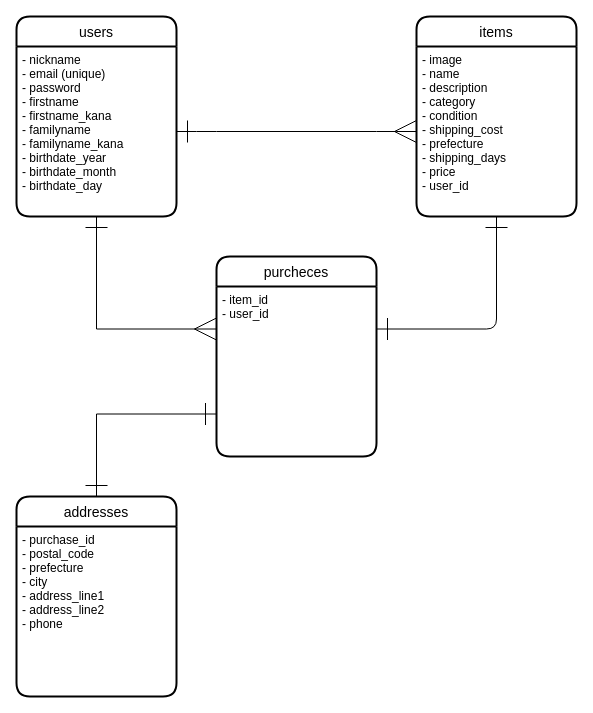
Before: ER_diagram.dio in higaki01/furima-31657, a draw.io diagram. Source tidied: cells renumbered, new cells numbered last; positions are measured from the earlier drawing's top-left corner, leaving out a move shared by most shapes. Both pictures are drawn from the tidied source at 100%, with x=0, y=0 at pixel (16, 16).
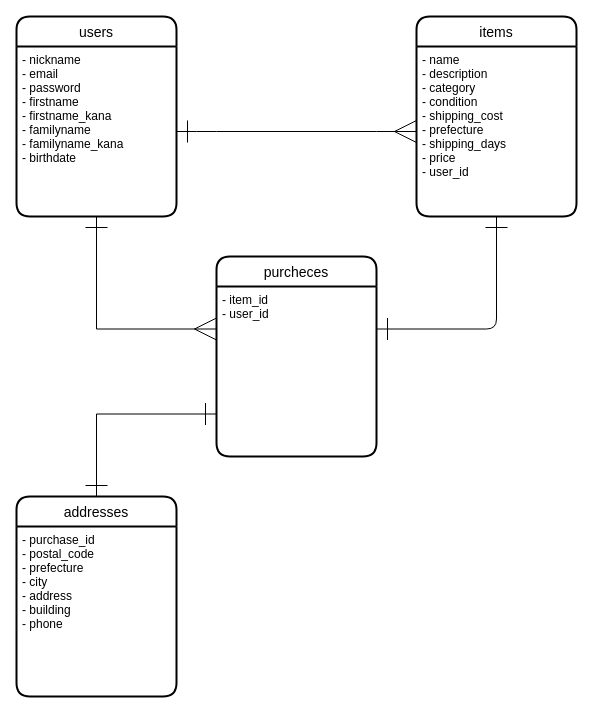
The same page after the edit.

Change to the diagram source:
```diff
@@
 <mxGraphModel>
   <root>
     <mxCell id="0" />
     <mxCell id="1" parent="0" />
     <mxCell id="2" style="edgeStyle=entityRelationEdgeStyle;fontSize=12;html=1;endArrow=ERmany;exitX=1;exitY=0.5;exitDx=0;exitDy=0;entryX=0;entryY=0.5;entryDx=0;entryDy=0;startArrow=ERone;startFill=0;endFill=0;endSize=20;startSize=20;" parent="1" edge="1" source="13" target="6">
       <mxGeometry relative="1" as="geometry" />
     </mxCell>
     <mxCell id="3" style="edgeStyle=orthogonalEdgeStyle;fontSize=12;html=1;endArrow=ERone;endFill=0;exitX=1;exitY=0.25;exitDx=0;exitDy=0;entryX=0.5;entryY=1;entryDx=0;entryDy=0;startArrow=ERone;startFill=0;endSize=20;startSize=20;" parent="1" edge="1" source="9" target="6">
       <mxGeometry relative="1" as="geometry" />
     </mxCell>
     <mxCell id="4" style="edgeStyle=orthogonalEdgeStyle;rounded=0;jettySize=auto;html=1;exitX=0;exitY=0.75;exitDx=0;exitDy=0;entryX=0.5;entryY=0;entryDx=0;entryDy=0;startArrow=ERone;startFill=0;endArrow=ERone;endFill=0;endSize=20;startSize=20;" parent="1" edge="1" source="9" target="10">
       <mxGeometry relative="1" as="geometry" />
     </mxCell>
     <mxCell id="5" value="items" style="swimlane;horizontal=1;startSize=30;rounded=1;fontSize=14;fontStyle=0;strokeWidth=2;shadow=0;dashed=0;align=center;" parent="1" vertex="1">
       <mxGeometry x="400" width="160" height="200" as="geometry" />
     </mxCell>
-    <mxCell id="6" value="- image&#10;- name&#10;- description&#10;- category&#10;- condition&#10;- shipping_cost&#10;- prefecture&#10;- shipping_days&#10;- price&#10;- user_id" style="align=left;strokeColor=none;fillColor=none;spacingLeft=4;fontSize=12;verticalAlign=top;" parent="5" vertex="1">
+    <mxCell id="6" value="- name&#10;- description&#10;- category&#10;- condition&#10;- shipping_cost&#10;- prefecture&#10;- shipping_days&#10;- price&#10;- user_id" style="align=left;strokeColor=none;fillColor=none;spacingLeft=4;fontSize=12;verticalAlign=top;" parent="5" vertex="1">
       <mxGeometry y="30" width="160" height="170" as="geometry" />
     </mxCell>
     <mxCell id="7" style="edgeStyle=orthogonalEdgeStyle;rounded=0;jettySize=auto;html=1;exitX=0.5;exitY=1;exitDx=0;exitDy=0;entryX=0;entryY=0.25;entryDx=0;entryDy=0;startArrow=ERone;startFill=0;endArrow=ERmany;endFill=0;jumpSize=6;endSize=20;startSize=20;" parent="1" edge="1" source="13" target="9">
       <mxGeometry relative="1" as="geometry" />
     </mxCell>
     <mxCell id="8" value="purcheces" style="swimlane;horizontal=1;startSize=30;rounded=1;fontSize=14;fontStyle=0;strokeWidth=2;shadow=0;dashed=0;align=center;" parent="1" vertex="1">
       <mxGeometry x="200" y="240" width="160" height="200" as="geometry" />
     </mxCell>
     <mxCell id="9" value="- item_id&#10;- user_id" style="align=left;strokeColor=none;fillColor=none;spacingLeft=4;fontSize=12;verticalAlign=top;" parent="8" vertex="1">
       <mxGeometry y="30" width="160" height="170" as="geometry" />
     </mxCell>
     <mxCell id="10" value="addresses" style="swimlane;horizontal=1;startSize=30;rounded=1;fontSize=14;fontStyle=0;strokeWidth=2;shadow=0;dashed=0;align=center;glass=0;swimlaneLine=1;" parent="1" vertex="1">
       <mxGeometry y="480" width="160" height="200" as="geometry" />
     </mxCell>
-    <mxCell id="11" value="- purchase_id&#10;- postal_code&#10;- prefecture&#10;- city&#10;- address_line1&#10;- address_line2&#10;- phone" style="align=left;strokeColor=none;fillColor=none;spacingLeft=4;fontSize=12;verticalAlign=top;" parent="10" vertex="1">
+    <mxCell id="11" value="- purchase_id&#10;- postal_code&#10;- prefecture&#10;- city&#10;- address&#10;- building&#10;- phone" style="align=left;strokeColor=none;fillColor=none;spacingLeft=4;fontSize=12;verticalAlign=top;" parent="10" vertex="1">
       <mxGeometry y="30" width="160" height="170" as="geometry" />
     </mxCell>
     <mxCell id="12" value="users" style="swimlane;horizontal=1;startSize=30;rounded=1;fontSize=14;fontStyle=0;strokeWidth=2;shadow=0;dashed=0;align=center;" parent="1" vertex="1">
       <mxGeometry width="160" height="200" as="geometry" />
     </mxCell>
-    <mxCell id="13" value="- nickname&#10;- email (unique)&#10;- password&#10;- firstname&#10;- firstname_kana&#10;- familyname&#10;- familyname_kana&#10;- birthdate_year&#10;- birthdate_month&#10;- birthdate_day" style="align=left;strokeColor=none;fillColor=none;spacingLeft=4;fontSize=12;verticalAlign=top;" parent="12" vertex="1">
+    <mxCell id="13" value="- nickname&#10;- email&#10;- password&#10;- firstname&#10;- firstname_kana&#10;- familyname&#10;- familyname_kana&#10;- birthdate" style="align=left;strokeColor=none;fillColor=none;spacingLeft=4;fontSize=12;verticalAlign=top;" parent="12" vertex="1">
       <mxGeometry y="30" width="160" height="170" as="geometry" />
     </mxCell>
   </root>
 </mxGraphModel>
```
